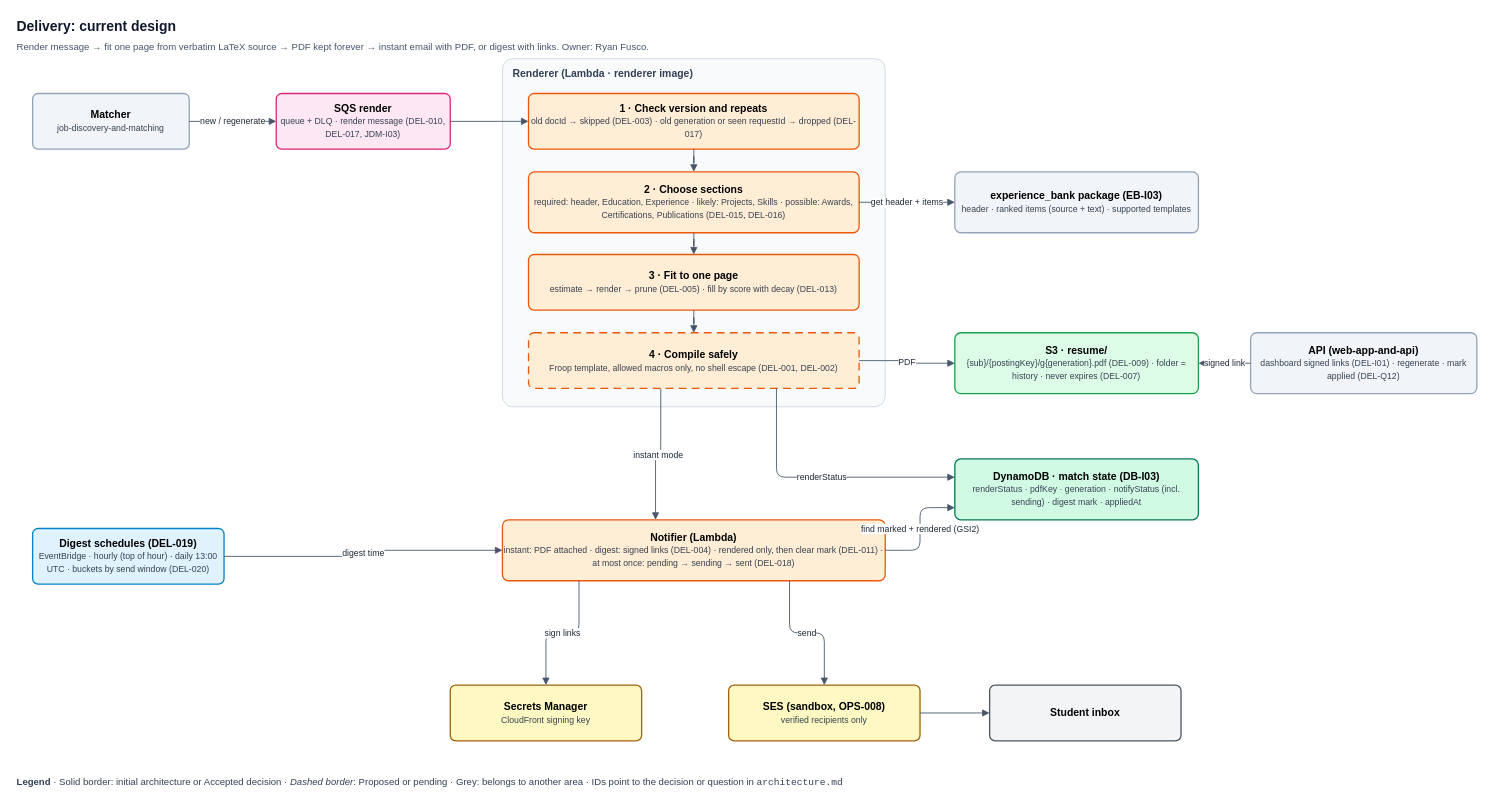
Before: planning/architecture/delivery/architecture.drawio in lukeacampbell/Froop, a draw.io diagram. Source tidied: cells renumbered, new cells numbered last; positions are measured from the earlier drawing's top-left corner, leaving out a move shared by most shapes. Both pictures are drawn from the tidied source at 87%, with x=0, y=0 at pixel (15, 15).
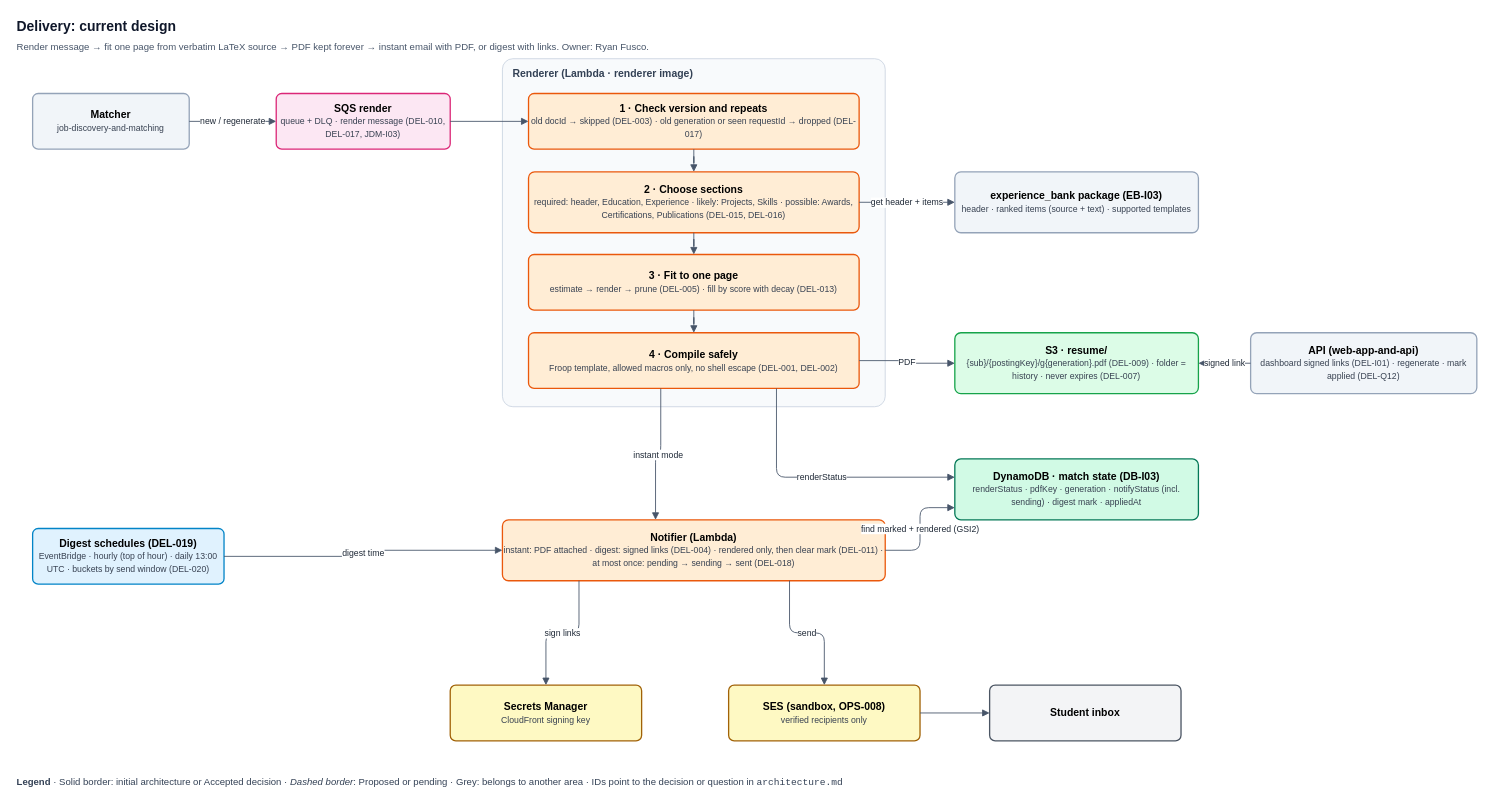
Above is the later version.

What changed in the source:
```diff
@@
-    <mxCell id="10" value="&lt;b&gt;4 · Compile safely&lt;/b&gt;&lt;br&gt;&lt;font style='font-size:10px' color='#374151'&gt;Froop template, allowed macros only, no shell escape (DEL-001, DEL-002)&lt;/font&gt;" style="rounded=1;whiteSpace=wrap;html=1;arcSize=10;fillColor=#FFEDD5;strokeColor=#EA580C;fontSize=12;strokeWidth=1.5;dashed=1;dashPattern=6 4;" parent="1" vertex="1">
+    <mxCell id="10" value="&lt;b&gt;4 · Compile safely&lt;/b&gt;&lt;br&gt;&lt;font style='font-size:10px' color='#374151'&gt;Froop template, allowed macros only, no shell escape (DEL-001, DEL-002)&lt;/font&gt;" style="rounded=1;whiteSpace=wrap;html=1;arcSize=10;fillColor=#FFEDD5;strokeColor=#EA580C;fontSize=12;strokeWidth=1.5;" parent="1" vertex="1">
       <mxGeometry x="590" y="365" width="380" height="64" as="geometry" />
     </mxCell>
```
